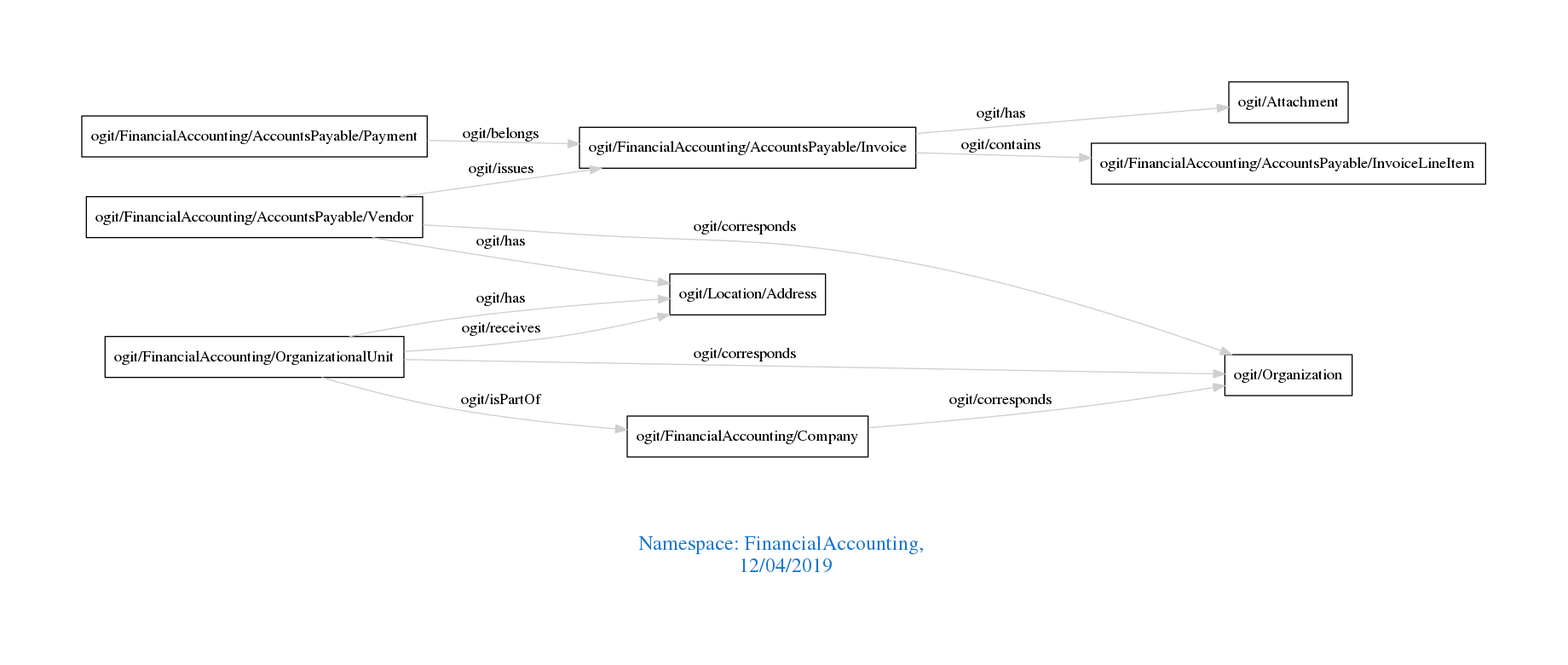
This is downloads/FinancialAccounting.png from arago/OGIT, a Graphviz export, as it was before one commit. Its source is kept beside it as downloads/FinancialAccounting.dot. Its diagram source:
```dot
digraph OGIT_ontology {
 graph [ rankdir= LR,pad=1
fontsize = 18,
fontcolor= dodgerblue3,label = "\n\n\nNamespace: FinancialAccounting, \n 12/04/2019"];
node[shape=polygon];
edge [  color="gray81"];

   "ogit/FinancialAccounting/AccountsPayable/Invoice" -> "ogit/FinancialAccounting/AccountsPayable/InvoiceLineItem" [label="   ogit/contains    "];
   "ogit/FinancialAccounting/AccountsPayable/Vendor" -> "ogit/Organization" [label="   ogit/corresponds    "];
   "ogit/FinancialAccounting/Company" -> "ogit/Organization" [label="   ogit/corresponds    "];
   "ogit/FinancialAccounting/OrganizationalUnit" -> "ogit/Organization" [label="   ogit/corresponds    "];
   "ogit/FinancialAccounting/AccountsPayable/Vendor" -> "ogit/FinancialAccounting/AccountsPayable/Invoice" [label="   ogit/issues    "];
   "ogit/FinancialAccounting/AccountsPayable/Payment" -> "ogit/FinancialAccounting/AccountsPayable/Invoice" [label="   ogit/belongs    "];
   "ogit/FinancialAccounting/OrganizationalUnit" -> "ogit/Location/Address" [label="   ogit/receives    "];
   "ogit/FinancialAccounting/AccountsPayable/Invoice" -> "ogit/Attachment" [label="   ogit/has    "];
   "ogit/FinancialAccounting/AccountsPayable/Vendor" -> "ogit/Location/Address" [label="   ogit/has    "];
   "ogit/FinancialAccounting/OrganizationalUnit" -> "ogit/Location/Address" [label="   ogit/has    "];
   "ogit/FinancialAccounting/OrganizationalUnit" -> "ogit/FinancialAccounting/Company" [label="   ogit/isPartOf    "];
}
```
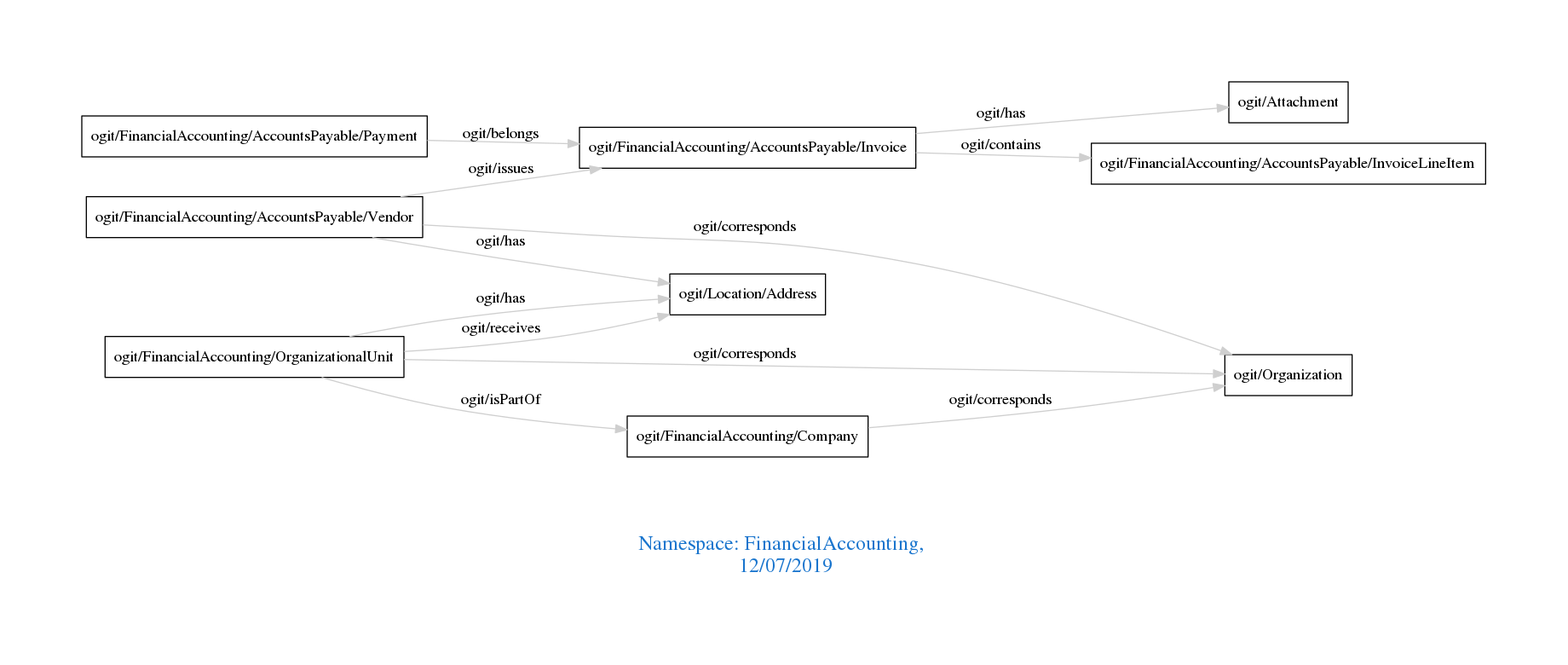
After the change.

The edit, as a diff of the source:
```diff
@@ -1,7 +1,7 @@
 digraph OGIT_ontology {
  graph [ rankdir= LR,pad=1
 fontsize = 18,
-fontcolor= dodgerblue3,label = "\n\n\nNamespace: FinancialAccounting, \n 12/04/2019"];
+fontcolor= dodgerblue3,label = "\n\n\nNamespace: FinancialAccounting, \n 12/07/2019"];
 node[shape=polygon];
 edge [  color="gray81"];
 
```
